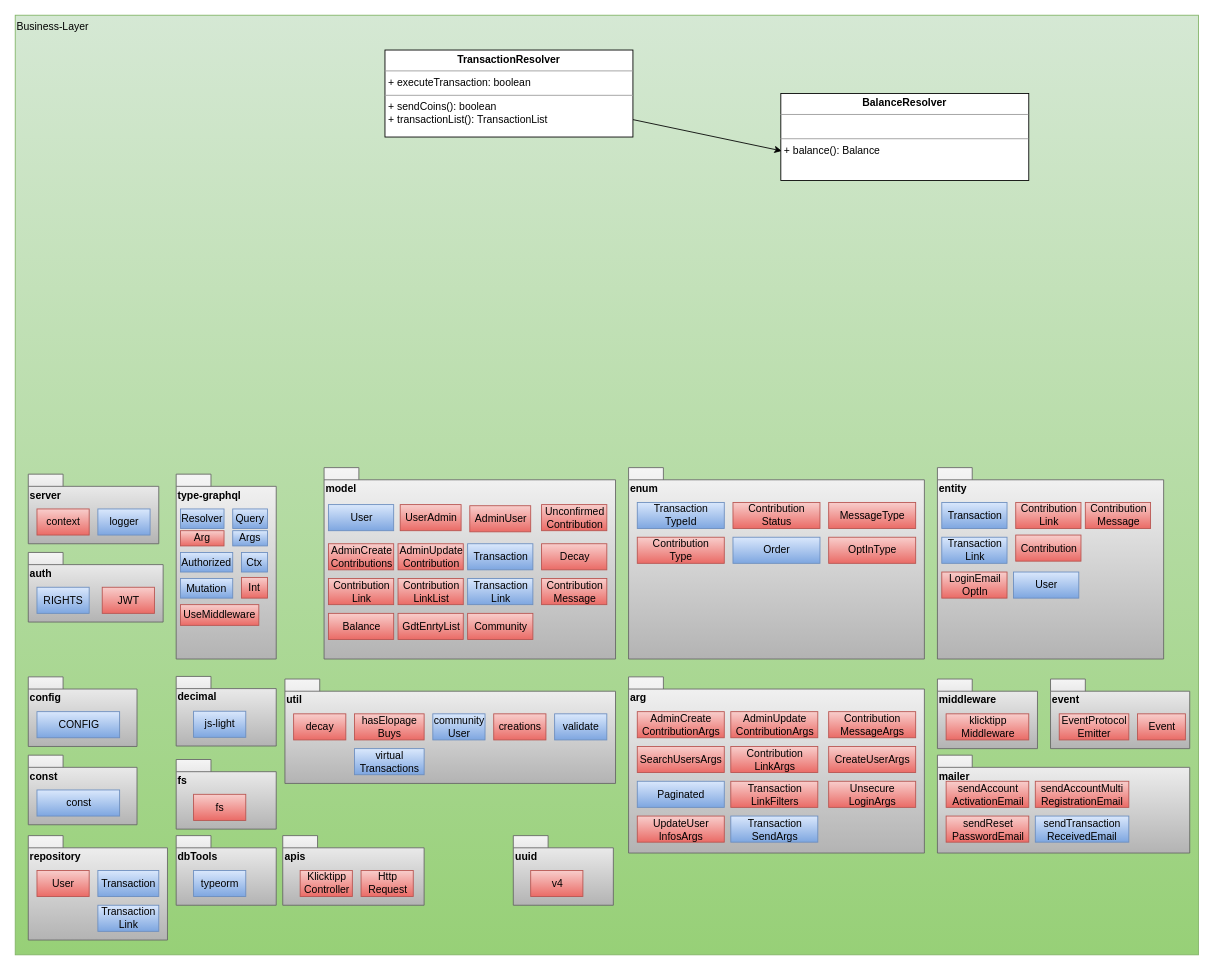
The draw.io diagram docu/Concepts/TechnicalRequirements/graphics/BE-TransactionResolver-IST.drawio in gradido/gradido, before the edit. Source tidied: cells renumbered, new cells numbered last; positions are measured from the earlier drawing's top-left corner, leaving out a move shared by most shapes. Both pictures are drawn from the tidied source at 87%, with x=0, y=0 at pixel (15, 15).
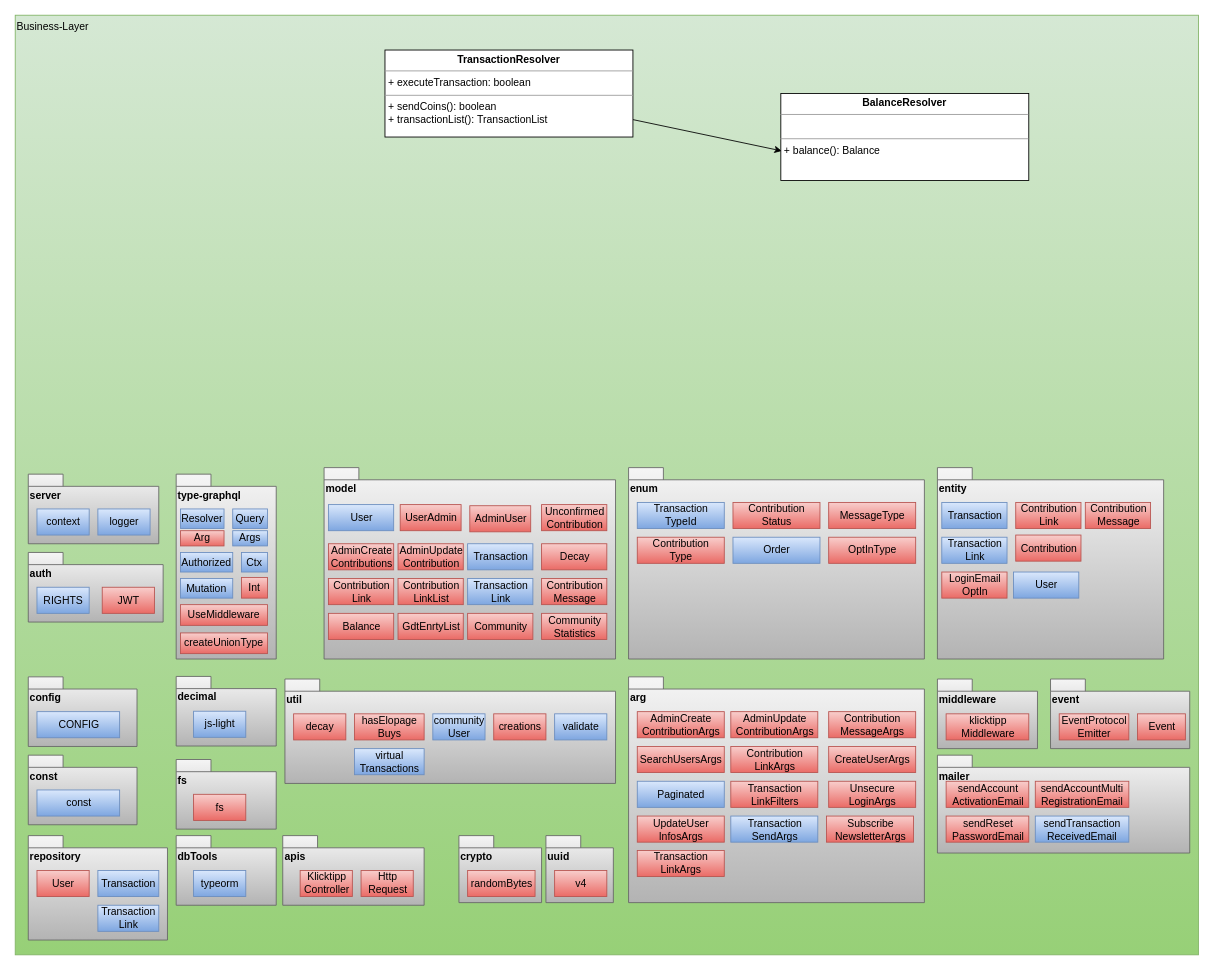
Above is the later version.

Change to the diagram source:
```diff
@@
-    <mxCell id="4" value="context" style="html=1;fillColor=#f8cecc;gradientColor=#ea6b66;strokeColor=#b85450;" parent="1" vertex="1">
+    <mxCell id="4" value="context" style="html=1;fillColor=#dae8fc;gradientColor=#7ea6e0;strokeColor=#6c8ebf;" parent="1" vertex="1">
       <mxGeometry x="25" y="567.5" width="60" height="30" as="geometry" />
     </mxCell>
@@
     <mxCell id="11" value="arg" style="shape=folder;fontStyle=1;spacingTop=10;tabWidth=40;tabHeight=14;tabPosition=left;html=1;align=left;verticalAlign=top;fillColor=#f5f5f5;gradientColor=#b3b3b3;strokeColor=#666666;" parent="1" vertex="1">
-      <mxGeometry x="705" y="760.5" width="340" height="202.5" as="geometry" />
+      <mxGeometry x="705" y="760.5" width="340" height="259.5" as="geometry" />
     </mxCell>
@@
-    <mxCell id="52" value="UseMiddleware" style="rounded=0;whiteSpace=wrap;html=1;fillColor=#f8cecc;gradientColor=#ea6b66;strokeColor=#b85450;" parent="1" vertex="1">
-      <mxGeometry x="190" y="677.5" width="90" height="23.8" as="geometry" />
-    </mxCell>
@@
+    <mxCell id="99" value="Http&lt;br&gt;Request" style="html=1;fillColor=#f8cecc;gradientColor=#ea6b66;strokeColor=#b85450;" parent="1" vertex="1">
+      <mxGeometry x="397.5" y="983" width="60" height="30" as="geometry" />
+    </mxCell>
+    <mxCell id="100" value="Community" style="html=1;fillColor=#f8cecc;gradientColor=#ea6b66;strokeColor=#b85450;" parent="1" vertex="1">
+      <mxGeometry x="520" y="687.5" width="75" height="30" as="geometry" />
+    </mxCell>
+    <mxCell id="101" value="Subscribe&lt;br&gt;NewsletterArgs" style="html=1;fillColor=#f8cecc;gradientColor=#ea6b66;strokeColor=#b85450;" parent="1" vertex="1">
+      <mxGeometry x="932.5" y="920.5" width="100" height="30" as="geometry" />
+    </mxCell>
+    <mxCell id="102" value="Community&lt;br&gt;Statistics" style="html=1;fillColor=#f8cecc;gradientColor=#ea6b66;strokeColor=#b85450;" parent="1" vertex="1">
+      <mxGeometry x="605" y="687.5" width="75" height="30" as="geometry" />
+    </mxCell>
+    <mxCell id="52" value="UseMiddleware" style="rounded=0;whiteSpace=wrap;html=1;fillColor=#f8cecc;gradientColor=#ea6b66;strokeColor=#b85450;" parent="1" vertex="1">
+      <mxGeometry x="190" y="677.5" width="100" height="23.8" as="geometry" />
+    </mxCell>
+    <mxCell id="103" value="createUnionType" style="rounded=0;whiteSpace=wrap;html=1;fillColor=#f8cecc;gradientColor=#ea6b66;strokeColor=#b85450;" parent="1" vertex="1">
+      <mxGeometry x="190" y="710" width="100" height="23.8" as="geometry" />
+    </mxCell>
+    <mxCell id="104" value="Transaction&lt;br&gt;LinkArgs" style="html=1;fillColor=#f8cecc;gradientColor=#ea6b66;strokeColor=#b85450;" parent="1" vertex="1">
+      <mxGeometry x="715" y="960" width="100" height="30" as="geometry" />
+    </mxCell>
     <mxCell id="97" value="uuid" style="shape=folder;fontStyle=1;spacingTop=10;tabWidth=40;tabHeight=14;tabPosition=left;html=1;align=left;verticalAlign=top;fillColor=#f5f5f5;gradientColor=#b3b3b3;strokeColor=#666666;" parent="1" vertex="1">
-      <mxGeometry x="572.5" y="943" width="115" height="80" as="geometry" />
+      <mxGeometry x="610" y="943" width="77.5" height="77" as="geometry" />
     </mxCell>
     <mxCell id="98" value="v4" style="html=1;fillColor=#f8cecc;gradientColor=#ea6b66;strokeColor=#b85450;" parent="1" vertex="1">
-      <mxGeometry x="592.5" y="983" width="60" height="30" as="geometry" />
+      <mxGeometry x="620" y="983" width="60" height="30" as="geometry" />
     </mxCell>
-    <mxCell id="99" value="Http&lt;br&gt;Request" style="html=1;fillColor=#f8cecc;gradientColor=#ea6b66;strokeColor=#b85450;" parent="1" vertex="1">
-      <mxGeometry x="397.5" y="983" width="60" height="30" as="geometry" />
-    </mxCell>
-    <mxCell id="100" value="Community" style="html=1;fillColor=#f8cecc;gradientColor=#ea6b66;strokeColor=#b85450;" parent="1" vertex="1">
-      <mxGeometry x="520" y="687.5" width="75" height="30" as="geometry" />
-    </mxCell>
+    <mxCell id="105" value="crypto" style="shape=folder;fontStyle=1;spacingTop=10;tabWidth=40;tabHeight=14;tabPosition=left;html=1;align=left;verticalAlign=top;fillColor=#f5f5f5;gradientColor=#b3b3b3;strokeColor=#666666;" parent="1" vertex="1">
+      <mxGeometry x="510" y="943" width="95" height="77" as="geometry" />
+    </mxCell>
+    <mxCell id="106" value="randomBytes" style="html=1;fillColor=#f8cecc;gradientColor=#ea6b66;strokeColor=#b85450;" parent="1" vertex="1">
+      <mxGeometry x="520" y="983" width="77.5" height="30" as="geometry" />
+    </mxCell>
```
